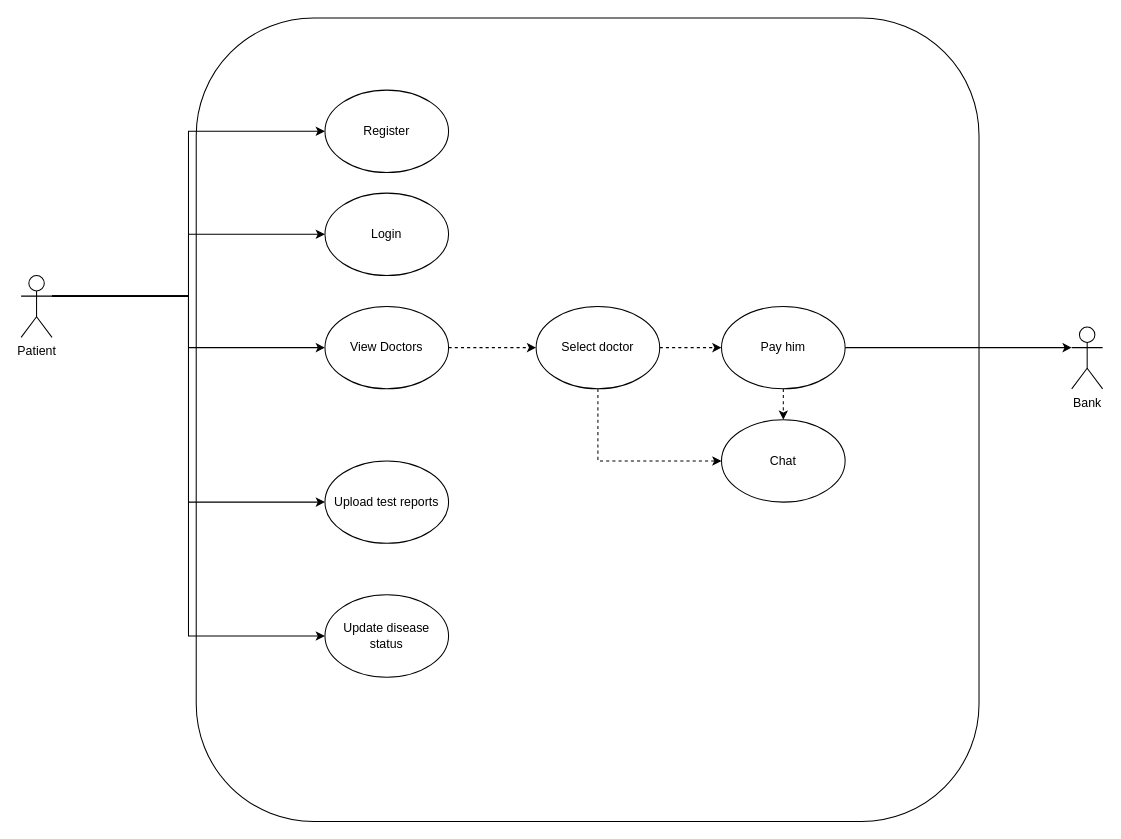
Before: page "Patient" (3 of 5) of STQA.drawio in MohitBurkule/doctorconnect, a draw.io diagram. Source tidied: cells renumbered, new cells numbered last; positions are measured from the earlier drawing's top-left corner, leaving out a move shared by most shapes. Both pictures are drawn from the tidied source at 103%, with x=0, y=0 at pixel (21, 18).
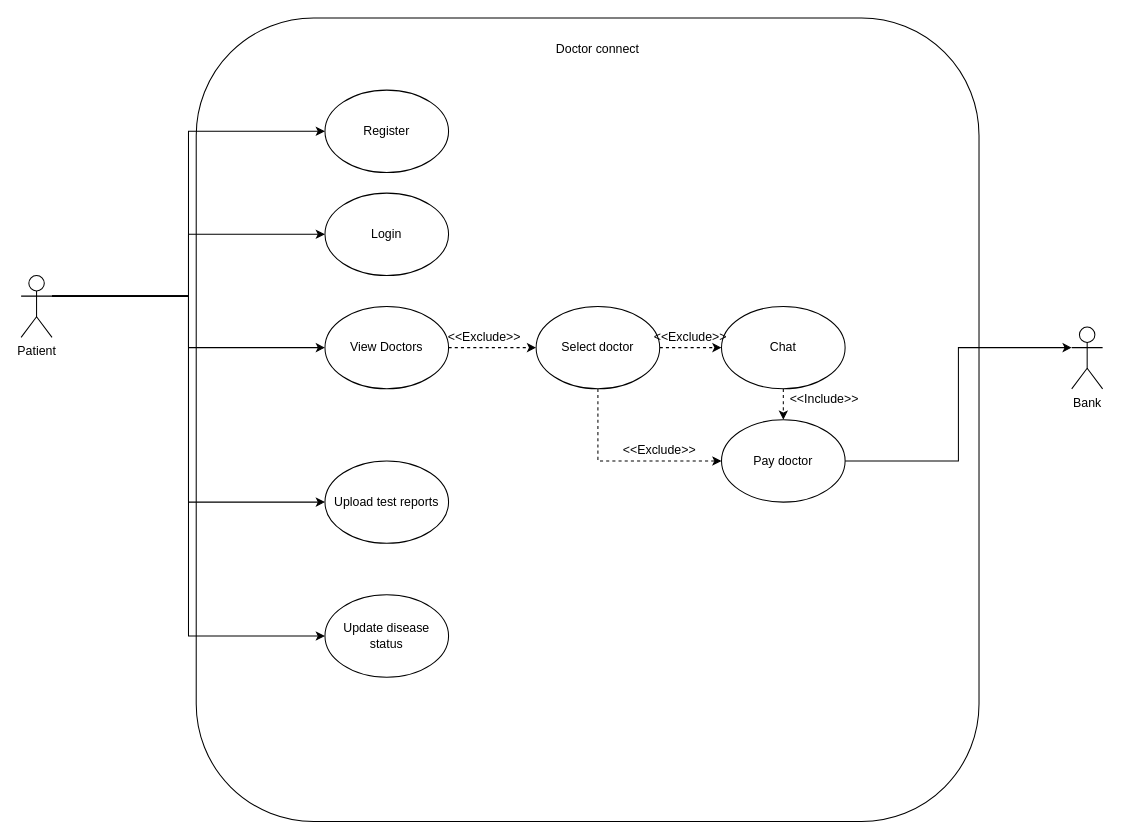
After the change.

Unchanged cells that the change refers to:
```xml
<mxCell id="22" value="Bank" style="shape=umlActor;verticalLabelPosition=bottom;verticalAlign=top;html=1;outlineConnect=0;" parent="1" vertex="1">
  <mxGeometry x="1020" y="300" width="30" height="60" as="geometry" />
</mxCell>
```

Diff of the diagram source:
```diff
@@
-    <mxCell id="19" style="edgeStyle=orthogonalEdgeStyle;rounded=0;jettySize=auto;html=1;exitX=1;exitY=0.5;exitDx=0;exitDy=0;entryX=0;entryY=0.3333333333333333;entryDx=0;entryDy=0;entryPerimeter=0;" parent="1" edge="1" source="20" target="22">
-      <mxGeometry relative="1" as="geometry" />
-    </mxCell>
-    <mxCell id="20" value="Pay him" style="ellipse;whiteSpace=wrap;html=1;" parent="1" vertex="1">
+    <mxCell id="20" value="Chat" style="ellipse;whiteSpace=wrap;html=1;" parent="1" vertex="1">
       <mxGeometry x="680" y="280" width="120" height="80" as="geometry" />
     </mxCell>
+    <mxCell id="23" style="edgeStyle=orthogonalEdgeStyle;rounded=0;jettySize=auto;html=1;exitX=1;exitY=0.5;exitDx=0;exitDy=0;entryX=0;entryY=0.3333333333333333;entryDx=0;entryDy=0;entryPerimeter=0;" parent="1" edge="1" source="21" target="22">
+      <mxGeometry relative="1" as="geometry" />
+    </mxCell>
-    <mxCell id="21" value="Chat" style="ellipse;whiteSpace=wrap;html=1;" parent="1" vertex="1">
+    <mxCell id="21" value="Pay doctor" style="ellipse;whiteSpace=wrap;html=1;" parent="1" vertex="1">
       <mxGeometry x="680" y="390" width="120" height="80" as="geometry" />
     </mxCell>
@@
+    <mxCell id="24" value="&amp;lt;&amp;lt;Exclude&amp;gt;&amp;gt;" style="text;html=1;strokeColor=none;fillColor=none;align=center;verticalAlign=middle;whiteSpace=wrap;rounded=0;" parent="1" vertex="1">
+      <mxGeometry x="430" y="300" width="40" height="20" as="geometry" />
+    </mxCell>
+    <mxCell id="25" value="&amp;lt;&amp;lt;Exclude&amp;gt;&amp;gt;" style="text;html=1;strokeColor=none;fillColor=none;align=center;verticalAlign=middle;whiteSpace=wrap;rounded=0;" parent="1" vertex="1">
+      <mxGeometry x="630" y="300" width="40" height="20" as="geometry" />
+    </mxCell>
+    <mxCell id="26" value="&amp;lt;&amp;lt;Exclude&amp;gt;&amp;gt;" style="text;html=1;strokeColor=none;fillColor=none;align=center;verticalAlign=middle;whiteSpace=wrap;rounded=0;" parent="1" vertex="1">
+      <mxGeometry x="600" y="410" width="40" height="20" as="geometry" />
+    </mxCell>
+    <mxCell id="27" value="&amp;lt;&amp;lt;Include&amp;gt;&amp;gt;" style="text;html=1;strokeColor=none;fillColor=none;align=center;verticalAlign=middle;whiteSpace=wrap;rounded=0;" parent="1" vertex="1">
+      <mxGeometry x="760" y="360" width="40" height="20" as="geometry" />
+    </mxCell>
+    <mxCell id="28" value="Doctor connect" style="text;html=1;strokeColor=none;fillColor=none;align=center;verticalAlign=middle;whiteSpace=wrap;rounded=0;" parent="1" vertex="1">
+      <mxGeometry x="495" y="20" width="130" height="20" as="geometry" />
+    </mxCell>
```
